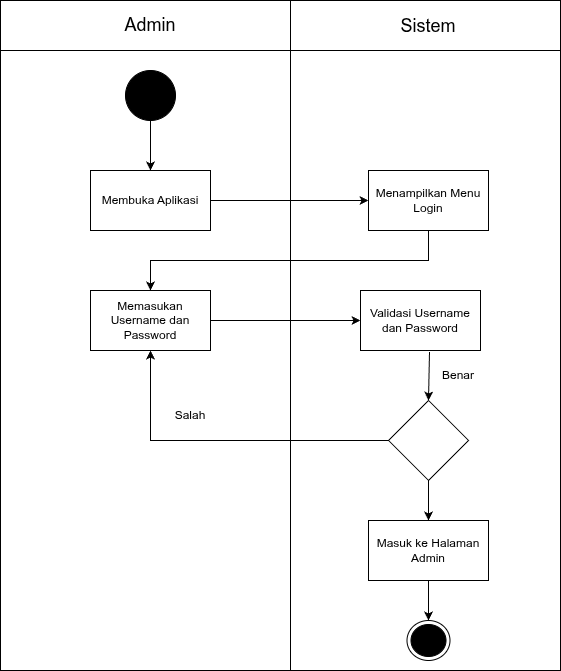
This is diagram/activity/admin/login-admin.png from RajaSunrise/kangkungku, a draw.io export, as it was before one commit. Source tidied: cells renumbered, new cells last; positions are measured from the earlier drawing's top-left corner, leaving out a move shared by most shapes.
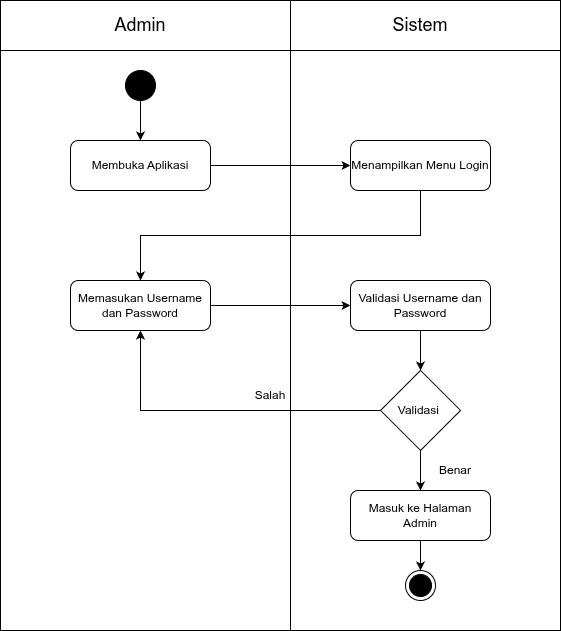
Above is the later version.

What changed in the source:
```diff
@@ -3,76 +3,75 @@
     <mxCell id="0" />
     <mxCell id="1" parent="0" />
     <mxCell id="2" style="shape=internalStorage;whiteSpace=wrap;html=1;backgroundOutline=1;dx=290;dy=50;" parent="1" vertex="1">
-      <mxGeometry width="560" height="670" as="geometry" />
+      <mxGeometry width="560" height="630" as="geometry" />
     </mxCell>
     <mxCell id="3" value="Admin" style="text;html=1;whiteSpace=wrap;strokeColor=none;fillColor=none;align=center;verticalAlign=middle;rounded=0;fontSize=18;" parent="1" vertex="1">
-      <mxGeometry x="120" y="10" width="60" height="30" as="geometry" />
+      <mxGeometry x="90" y="10" width="100" height="30" as="geometry" />
     </mxCell>
     <mxCell id="4" value="Sistem" style="text;html=1;whiteSpace=wrap;strokeColor=none;fillColor=none;align=center;verticalAlign=middle;rounded=0;fontSize=18;" parent="1" vertex="1">
-      <mxGeometry x="398" y="11" width="60" height="30" as="geometry" />
+      <mxGeometry x="370" y="10" width="100" height="30" as="geometry" />
     </mxCell>
     <mxCell id="5" style="ellipse;whiteSpace=wrap;html=1;strokeColor=light-dark(#000000,#000000);fillColor=#000000;fillStyle=auto;" parent="1" vertex="1">
-      <mxGeometry x="125" y="70" width="50" height="50" as="geometry" />
+      <mxGeometry x="125" y="70" width="30" height="30" as="geometry" />
     </mxCell>
-    <mxCell id="6" style="endArrow=classic;html=1;rounded=0;exitX=0.5;exitY=1;exitDx=0;exitDy=0;entryX=0.5;entryY=0;entryDx=0;entryDy=0;" parent="1" edge="1" source="5" target="7">
+    <mxCell id="6" style="endArrow=classic;html=1;exitX=0.5;exitY=1;exitDx=0;exitDy=0;entryX=0.5;entryY=0;entryDx=0;entryDy=0;edgeStyle=orthogonalEdgeStyle;rounded=0;" parent="1" edge="1" source="5" target="7">
       <mxGeometry relative="1" as="geometry" />
     </mxCell>
-    <mxCell id="7" value="Membuka Aplikasi" style="rounded=0;whiteSpace=wrap;html=1;" parent="1" vertex="1">
-      <mxGeometry x="90" y="170" width="120" height="60" as="geometry" />
+    <mxCell id="7" value="Membuka Aplikasi" style="rounded=1;whiteSpace=wrap;html=1;" parent="1" vertex="1">
+      <mxGeometry x="70" y="140" width="140" height="50" as="geometry" />
     </mxCell>
-    <mxCell id="8" value="Menampilkan Menu Login" style="rounded=0;whiteSpace=wrap;html=1;" parent="1" vertex="1">
-      <mxGeometry x="368" y="170" width="120" height="60" as="geometry" />
+    <mxCell id="8" value="Menampilkan Menu Login" style="rounded=1;whiteSpace=wrap;html=1;" parent="1" vertex="1">
+      <mxGeometry x="350" y="140" width="140" height="50" as="geometry" />
     </mxCell>
-    <mxCell id="9" value="Memasukan Username dan Password" style="rounded=0;whiteSpace=wrap;html=1;" parent="1" vertex="1">
-      <mxGeometry x="90" y="290" width="120" height="60" as="geometry" />
+    <mxCell id="9" value="Memasukan Username dan Password" style="rounded=1;whiteSpace=wrap;html=1;" parent="1" vertex="1">
+      <mxGeometry x="70" y="280" width="140" height="50" as="geometry" />
     </mxCell>
-    <mxCell id="10" style="endArrow=classic;html=1;rounded=0;exitX=1;exitY=0.5;exitDx=0;exitDy=0;entryX=0;entryY=0.5;entryDx=0;entryDy=0;" parent="1" edge="1" source="7" target="8">
+    <mxCell id="10" style="endArrow=classic;html=1;exitX=1;exitY=0.5;exitDx=0;exitDy=0;entryX=0;entryY=0.5;entryDx=0;entryDy=0;edgeStyle=orthogonalEdgeStyle;rounded=0;" parent="1" edge="1" source="7" target="8">
       <mxGeometry relative="1" as="geometry" />
     </mxCell>
-    <mxCell id="11" style="endArrow=classic;html=1;rounded=0;exitX=0.5;exitY=1;exitDx=0;exitDy=0;entryX=0.5;entryY=0;entryDx=0;entryDy=0;" parent="1" edge="1" source="8" target="9">
+    <mxCell id="11" style="endArrow=classic;html=1;exitX=0.5;exitY=1;exitDx=0;exitDy=0;entryX=0.5;entryY=0;entryDx=0;entryDy=0;edgeStyle=orthogonalEdgeStyle;rounded=0;" parent="1" edge="1" source="8" target="9">
       <mxGeometry relative="1" as="geometry">
         <Array as="points">
-          <mxPoint x="428" y="260" />
-          <mxPoint x="300" y="260" />
-          <mxPoint x="150" y="260" />
+          <mxPoint x="420" y="235" />
+          <mxPoint x="140" y="235" />
         </Array>
       </mxGeometry>
     </mxCell>
-    <mxCell id="12" value="Validasi Username dan Password" style="rounded=0;whiteSpace=wrap;html=1;" parent="1" vertex="1">
-      <mxGeometry x="360" y="290" width="120" height="60" as="geometry" />
+    <mxCell id="12" value="Validasi Username dan Password" style="rounded=1;whiteSpace=wrap;html=1;" parent="1" vertex="1">
+      <mxGeometry x="350" y="280" width="140" height="50" as="geometry" />
     </mxCell>
-    <mxCell id="13" style="endArrow=classic;html=1;rounded=0;exitX=1;exitY=0.5;exitDx=0;exitDy=0;entryX=0;entryY=0.5;entryDx=0;entryDy=0;" parent="1" edge="1" source="9" target="12">
+    <mxCell id="13" style="endArrow=classic;html=1;exitX=1;exitY=0.5;exitDx=0;exitDy=0;entryX=0;entryY=0.5;entryDx=0;entryDy=0;edgeStyle=orthogonalEdgeStyle;rounded=0;" parent="1" edge="1" source="9" target="12">
       <mxGeometry relative="1" as="geometry" />
     </mxCell>
-    <mxCell id="14" style="rhombus;whiteSpace=wrap;html=1;" parent="1" vertex="1">
-      <mxGeometry x="388" y="400" width="80" height="80" as="geometry" />
+    <mxCell id="14" value="Validasi&amp;nbsp;" style="rhombus;whiteSpace=wrap;html=1;" parent="1" vertex="1">
+      <mxGeometry x="380" y="370" width="80" height="80" as="geometry" />
     </mxCell>
-    <mxCell id="15" style="endArrow=classic;html=1;rounded=0;entryX=0.5;entryY=0;entryDx=0;entryDy=0;exitX=0.575;exitY=1.025;exitDx=0;exitDy=0;exitPerimeter=0;" parent="1" edge="1" source="12" target="14">
+    <mxCell id="15" style="endArrow=classic;html=1;exitX=0.5;exitY=1;exitDx=0;exitDy=0;entryX=0.5;entryY=0;entryDx=0;entryDy=0;edgeStyle=orthogonalEdgeStyle;rounded=0;" parent="1" edge="1" source="12" target="14">
       <mxGeometry relative="1" as="geometry" />
     </mxCell>
-    <mxCell id="16" style="endArrow=classic;html=1;rounded=0;exitX=0;exitY=0.5;exitDx=0;exitDy=0;entryX=0.5;entryY=1;entryDx=0;entryDy=0;" parent="1" edge="1" source="14" target="9">
+    <mxCell id="16" style="endArrow=classic;html=1;exitX=0;exitY=0.5;exitDx=0;exitDy=0;entryX=0.5;entryY=1;exitDx=0;exitDy=0;entryDx=0;entryDy=0;edgeStyle=orthogonalEdgeStyle;rounded=0;" parent="1" edge="1" source="14" target="9">
       <mxGeometry relative="1" as="geometry">
         <Array as="points">
-          <mxPoint x="150" y="440" />
+          <mxPoint x="140" y="410" />
         </Array>
       </mxGeometry>
     </mxCell>
     <mxCell id="17" value="Salah" style="text;html=1;whiteSpace=wrap;strokeColor=none;fillColor=none;align=center;verticalAlign=middle;rounded=0;" parent="1" vertex="1">
-      <mxGeometry x="160" y="400" width="60" height="30" as="geometry" />
+      <mxGeometry x="240" y="380" width="60" height="30" as="geometry" />
     </mxCell>
     <mxCell id="18" value="Benar" style="text;html=1;whiteSpace=wrap;strokeColor=none;fillColor=none;align=center;verticalAlign=middle;rounded=0;" parent="1" vertex="1">
-      <mxGeometry x="428" y="360" width="60" height="30" as="geometry" />
+      <mxGeometry x="425" y="455" width="60" height="30" as="geometry" />
     </mxCell>
-    <mxCell id="19" value="Masuk ke Halaman Admin" style="rounded=0;whiteSpace=wrap;html=1;" parent="1" vertex="1">
-      <mxGeometry x="368" y="520" width="120" height="60" as="geometry" />
+    <mxCell id="19" value="Masuk ke Halaman Admin" style="rounded=1;whiteSpace=wrap;html=1;" parent="1" vertex="1">
+      <mxGeometry x="350" y="490" width="140" height="50" as="geometry" />
     </mxCell>
-    <mxCell id="20" style="endArrow=classic;html=1;rounded=0;entryX=0.5;entryY=0;entryDx=0;entryDy=0;exitX=0.5;exitY=1;exitDx=0;exitDy=0;" parent="1" edge="1" source="14" target="19">
+    <mxCell id="20" style="endArrow=classic;html=1;exitX=0.5;exitY=1;exitDx=0;exitDy=0;entryX=0.5;entryY=0;entryDx=0;entryDy=0;edgeStyle=orthogonalEdgeStyle;rounded=0;" parent="1" edge="1" source="14" target="19">
       <mxGeometry relative="1" as="geometry" />
     </mxCell>
     <mxCell id="21" style="ellipse;html=1;shape=endState;fillColor=#000000;strokeColor=#000000;" parent="1" vertex="1">
-      <mxGeometry x="406.5" y="620" width="43" height="40" as="geometry" />
+      <mxGeometry x="405" y="570" width="30" height="30" as="geometry" />
     </mxCell>
-    <mxCell id="22" style="endArrow=classic;html=1;rounded=0;entryX=0.5;entryY=0;entryDx=0;entryDy=0;exitX=0.5;exitY=1;exitDx=0;exitDy=0;" parent="1" edge="1" source="19" target="21">
+    <mxCell id="22" style="endArrow=classic;html=1;exitX=0.5;exitY=1;exitDx=0;exitDy=0;entryX=0.5;entryY=0;entryDx=0;entryDy=0;edgeStyle=orthogonalEdgeStyle;rounded=0;" parent="1" edge="1" source="19" target="21">
       <mxGeometry relative="1" as="geometry" />
     </mxCell>
   </root>
```
